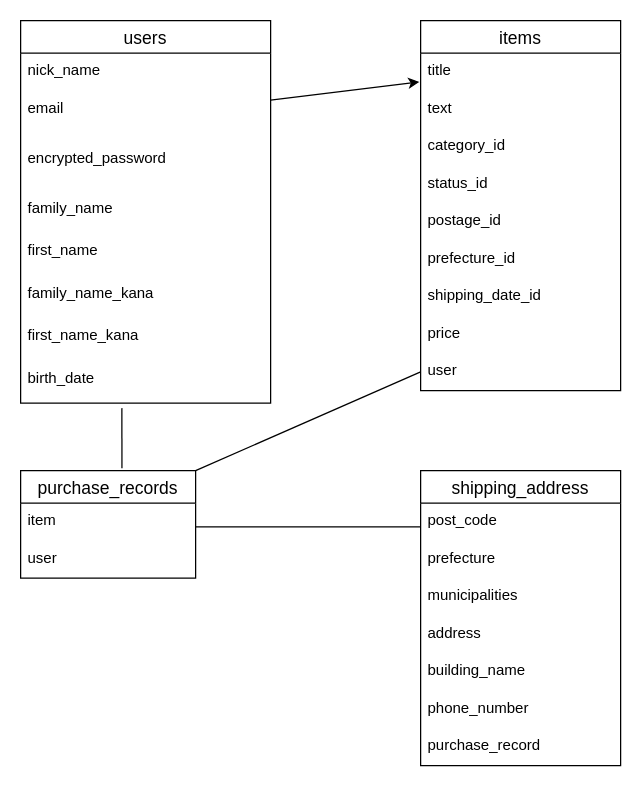
The draw.io diagram furima.dio in hiroki0602/furima-37865, before the edit. Source tidied: cells renumbered, new cells numbered last; positions are measured from the earlier drawing's top-left corner, leaving out a move shared by most shapes. Both pictures are drawn from the tidied source at 125%, with x=0, y=0 at pixel (20, 20).
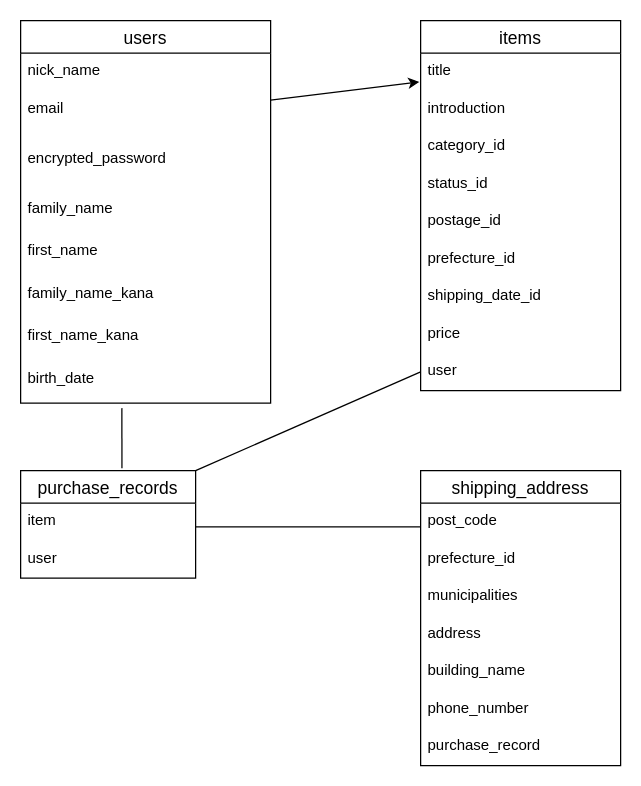
After the change.

Commit message (it also covers changes not shown here):
READ .ME修正5回目

Unchanged cells that the change refers to:
```xml
<mxCell id="11" value="items" style="swimlane;fontStyle=0;horizontal=1;startSize=26;align=center;fontSize=14;" parent="1" vertex="1">
  <mxGeometry x="320" width="160" height="296" as="geometry" />
</mxCell>
<mxCell id="24" value="shipping_address" style="swimlane;fontStyle=0;horizontal=1;startSize=26;align=center;fontSize=14;" parent="1" vertex="1">
  <mxGeometry x="320" y="360" width="160" height="236" as="geometry" />
</mxCell>
```

Diff of the diagram source:
```diff
@@
-    <mxCell id="13" value="text" style="text;strokeColor=none;fillColor=none;spacingLeft=4;spacingRight=4;overflow=hidden;fontSize=12;" parent="11" vertex="1">
+    <mxCell id="13" value="introduction" style="text;strokeColor=none;fillColor=none;spacingLeft=4;spacingRight=4;overflow=hidden;fontSize=12;" parent="11" vertex="1">
       <mxGeometry y="56" width="160" height="30" as="geometry" />
     </mxCell>
@@
-    <mxCell id="26" value="prefecture" style="text;strokeColor=none;fillColor=none;spacingLeft=4;spacingRight=4;overflow=hidden;fontSize=12;" parent="24" vertex="1">
+    <mxCell id="26" value="prefecture_id" style="text;strokeColor=none;fillColor=none;spacingLeft=4;spacingRight=4;overflow=hidden;fontSize=12;" parent="24" vertex="1">
       <mxGeometry y="56" width="160" height="30" as="geometry" />
     </mxCell>
```
